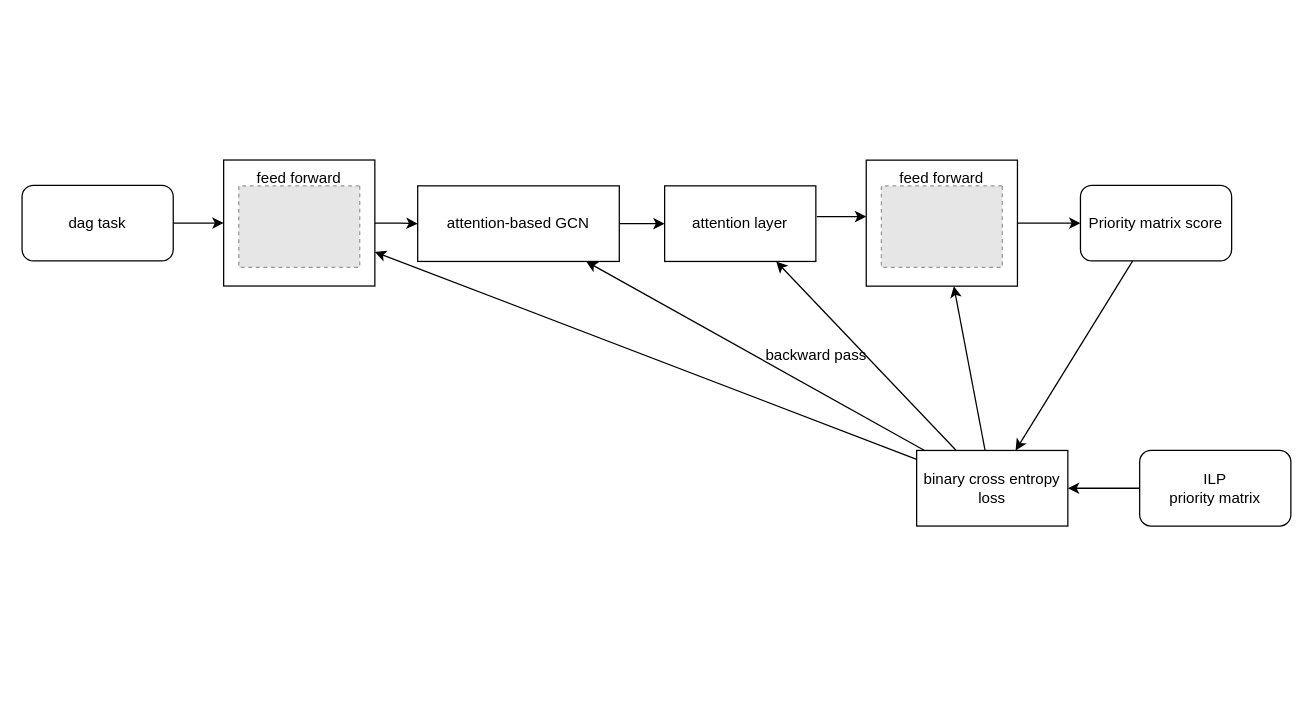
Earlier version of the draw.io diagram report/images/designed_model.drawio (FelicienFG/research-project-AUT). Source tidied: cells renumbered, new cells numbered last; positions are measured from the earlier drawing's top-left corner, leaving out a move shared by most shapes. Both pictures are drawn from the tidied source at 126%, with x=0, y=0 at pixel (21, 160). Pictures stored in the file or linked from it are replaced by grey dashed boxes.
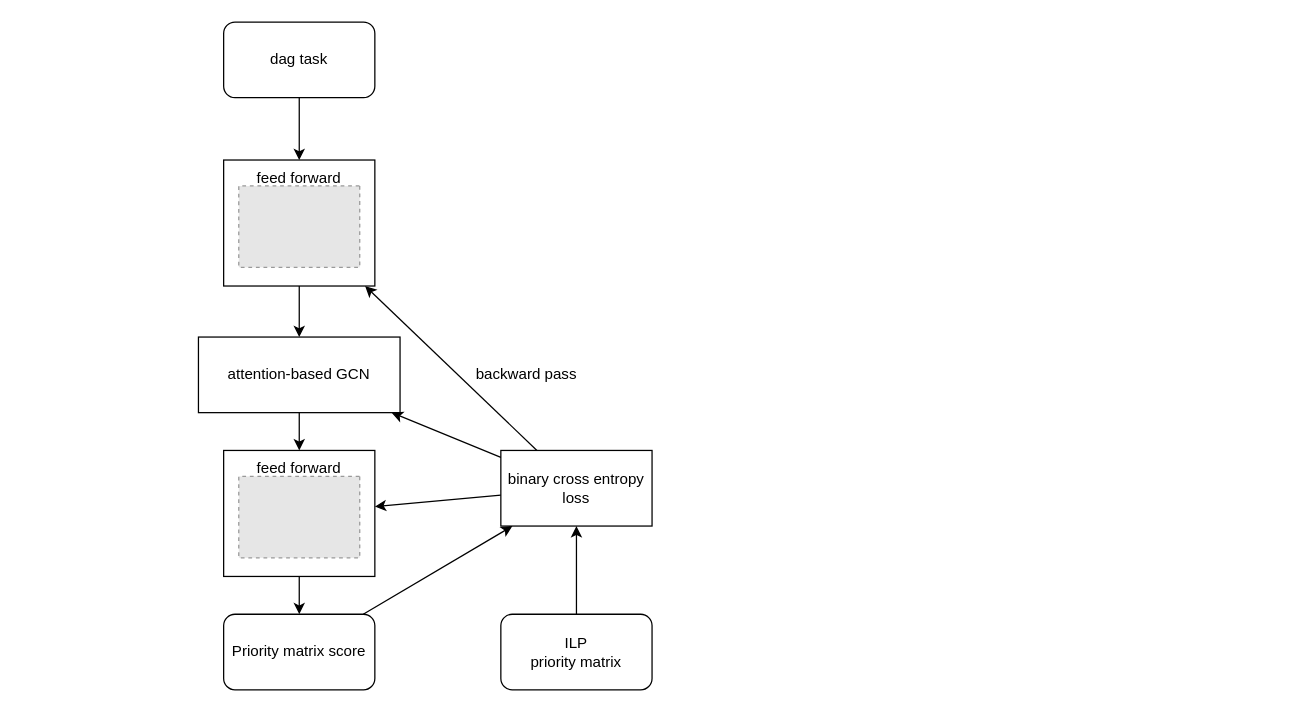
The same diagram, later.

Commit message (it also covers changes not shown here):
added designed model diagram in report and fixed makespan solver to reproduce zhao2020 results

Unchanged cells that the change refers to:
```xml
<mxCell id="11" value="&lt;div&gt;feed forward&lt;/div&gt;&lt;div&gt;&lt;br&gt;&lt;/div&gt;&lt;div&gt;&lt;br&gt;&lt;/div&gt;&lt;div&gt;&lt;br&gt;&lt;/div&gt;&lt;div&gt;&lt;br&gt;&lt;/div&gt;&lt;div&gt;&lt;br&gt;&lt;/div&gt;" style="rounded=0;whiteSpace=wrap;html=1;" parent="1" vertex="1">
  <mxGeometry x="160" y="-0.5" width="120" height="100" as="geometry" />
</mxCell>
```

The edit, as a diff of the source:
```diff
@@
-    <mxCell id="2" style="edgeStyle=orthogonalEdgeStyle;rounded=0;jettySize=auto;html=1;entryX=0;entryY=0.5;entryDx=0;entryDy=0;" parent="1" edge="1" source="3" target="11">
+    <mxCell id="2" style="edgeStyle=orthogonalEdgeStyle;rounded=0;jettySize=auto;html=1;" parent="1" edge="1" source="3" target="11">
       <mxGeometry relative="1" as="geometry" />
     </mxCell>
     <mxCell id="3" value="dag task" style="rounded=1;whiteSpace=wrap;html=1;" parent="1" vertex="1">
-      <mxGeometry y="19.6" width="120" height="60" as="geometry" />
+      <mxGeometry x="160" y="-110" width="120" height="60" as="geometry" />
     </mxCell>
-    <mxCell id="4" style="edgeStyle=orthogonalEdgeStyle;rounded=0;jettySize=auto;html=1;" parent="1" edge="1" source="5" target="6">
-      <mxGeometry relative="1" as="geometry" />
-    </mxCell>
     <mxCell id="5" value="attention-based GCN" style="rounded=0;whiteSpace=wrap;html=1;" parent="1" vertex="1">
-      <mxGeometry x="314" y="20" width="160" height="60" as="geometry" />
+      <mxGeometry x="140" y="140" width="160" height="60" as="geometry" />
     </mxCell>
-    <mxCell id="6" value="attention layer" style="whiteSpace=wrap;html=1;rounded=0;" parent="1" vertex="1">
-      <mxGeometry x="510" y="20" width="120" height="60" as="geometry" />
-    </mxCell>
@@
     <mxCell id="8" value="&lt;div&gt;feed forward&lt;/div&gt;&lt;div&gt;&lt;br&gt;&lt;/div&gt;&lt;div&gt;&lt;br&gt;&lt;/div&gt;&lt;div&gt;&lt;br&gt;&lt;/div&gt;&lt;div&gt;&lt;br&gt;&lt;/div&gt;&lt;div&gt;&lt;br&gt;&lt;/div&gt;" style="rounded=0;whiteSpace=wrap;html=1;" parent="1" vertex="1">
-      <mxGeometry x="670" y="-0.4" width="120" height="100" as="geometry" />
+      <mxGeometry x="160" y="230" width="120" height="100" as="geometry" />
     </mxCell>
     <mxCell id="9" style="fillColor=#E6E6E6;strokeColor=#999999;dashed=1;verticalLabelPosition=bottom;labelBackgroundColor=default;verticalAlign=top;rotation=90;" parent="1" vertex="1">
-      <mxGeometry x="697.7" y="4.4" width="64.6" height="96" as="geometry" />
+      <mxGeometry x="187.7" y="234.9" width="64.6" height="96" as="geometry" />
     </mxCell>
@@
-    <mxCell id="13" style="edgeStyle=orthogonalEdgeStyle;rounded=0;jettySize=auto;html=1;exitX=1.007;exitY=0.407;exitDx=0;exitDy=0;exitPerimeter=0;entryX=0;entryY=0.449;entryDx=0;entryDy=0;entryPerimeter=0;" parent="1" edge="1" source="6" target="8">
+    <mxCell id="13" style="edgeStyle=orthogonalEdgeStyle;rounded=0;jettySize=auto;html=1;" parent="1" edge="1" source="5" target="8">
       <mxGeometry relative="1" as="geometry" />
     </mxCell>
     <mxCell id="14" value="Priority matrix score" style="rounded=1;whiteSpace=wrap;html=1;" parent="1" vertex="1">
-      <mxGeometry x="840" y="19.6" width="120" height="60" as="geometry" />
+      <mxGeometry x="160" y="360" width="120" height="60" as="geometry" />
     </mxCell>
     <mxCell id="15" value="binary cross entropy&lt;br&gt;loss" style="rounded=0;whiteSpace=wrap;html=1;" parent="1" vertex="1">
-      <mxGeometry x="710" y="230" width="120" height="60" as="geometry" />
+      <mxGeometry x="380" y="230" width="120" height="60" as="geometry" />
     </mxCell>
@@
     <mxCell id="18" value="ILP &lt;br&gt;priority matrix " style="rounded=1;whiteSpace=wrap;html=1;" parent="1" vertex="1">
-      <mxGeometry x="887" y="230" width="120" height="60" as="geometry" />
+      <mxGeometry x="380" y="360" width="120" height="60" as="geometry" />
     </mxCell>
@@
-    <mxCell id="20" style="endArrow=classic;html=1;rounded=0;" parent="1" edge="1" source="15" target="6">
-      <mxGeometry relative="1" as="geometry" />
-    </mxCell>
@@
     <mxCell id="23" value="backward pass" style="text;html=1;align=center;verticalAlign=middle;strokeColor=none;fillColor=none;" parent="1" vertex="1">
-      <mxGeometry x="580" y="140" width="100" height="30" as="geometry" />
+      <mxGeometry x="350" y="155" width="100" height="30" as="geometry" />
     </mxCell>
```
